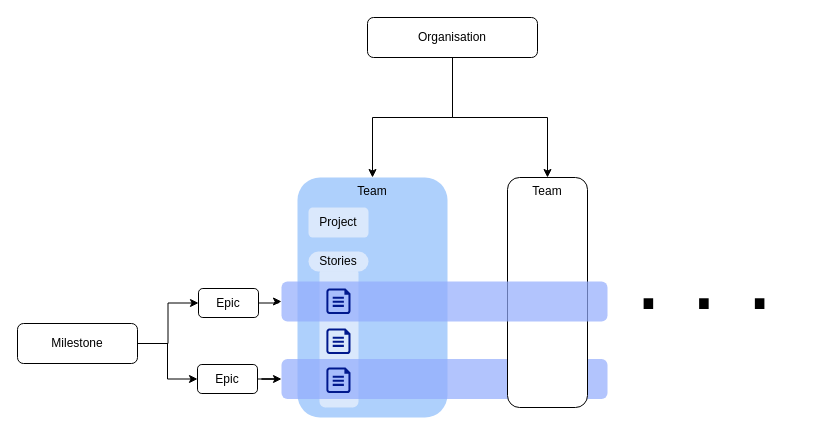
This is PM.drawio from wunyu/drawio, a draw.io file, before an edit. Source tidied: cells renumbered, new cells numbered last; positions are measured from the earlier drawing's top-left corner, leaving out a move shared by most shapes. Both pictures are drawn from the tidied source at 100%, with x=0, y=0 at pixel (17, 17).
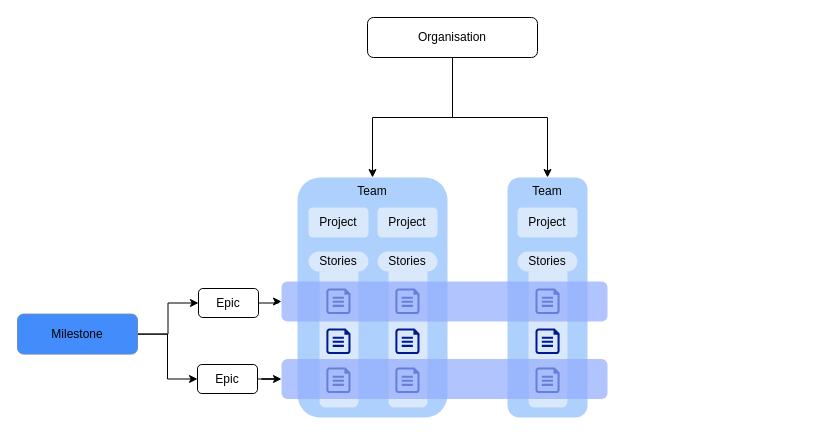
Above is the later version.

The edit, as a diff of the source:
```diff
@@
+    <mxCell id="5" value="Team" style="rounded=1;whiteSpace=wrap;html=1;verticalAlign=top;fillColor=#AED0FC;strokeColor=none;" parent="1" vertex="1">
+      <mxGeometry x="490" y="160" width="80" height="240" as="geometry" />
+    </mxCell>
@@
-    <mxCell id="4" style="rounded=1;whiteSpace=wrap;html=1;textOpacity=10;fillColor=#92ABFC;strokeColor=none;fontColor=none;noLabel=1;opacity=70;" parent="1" vertex="1">
-      <mxGeometry x="264" y="341.5" width="326" height="40" as="geometry" />
-    </mxCell>
-    <mxCell id="5" value="Team" style="rounded=1;whiteSpace=wrap;html=1;verticalAlign=top;" parent="1" vertex="1">
-      <mxGeometry x="490" y="160" width="80" height="230" as="geometry" />
-    </mxCell>
@@
-    <mxCell id="7" style="rounded=1;whiteSpace=wrap;html=1;textOpacity=10;fillColor=#92ABFC;strokeColor=none;fontColor=none;noLabel=1;opacity=70;" parent="1" vertex="1">
-      <mxGeometry x="264" y="264" width="326" height="40" as="geometry" />
-    </mxCell>
@@
-    <mxCell id="10" value="Milestone" style="rounded=1;whiteSpace=wrap;html=1;" parent="1" vertex="1">
-      <mxGeometry y="306" width="120" height="40" as="geometry" />
+    <mxCell id="10" value="Milestone" style="rounded=1;whiteSpace=wrap;html=1;fillColor=#428CFC;strokeColor=#6c8ebf;" parent="1" vertex="1">
+      <mxGeometry y="296.6" width="120" height="40" as="geometry" />
     </mxCell>
@@
-    <mxCell id="16" value=". . ." style="text;html=1;strokeColor=none;fillColor=none;align=center;verticalAlign=middle;whiteSpace=wrap;rounded=0;fontSize=100;" parent="1" vertex="1">
-      <mxGeometry x="587" y="241" width="200" height="30" as="geometry" />
-    </mxCell>
@@
+    <mxCell id="23" style="rounded=1;whiteSpace=wrap;html=1;fillColor=#dae8fc;strokeColor=none;" parent="1" vertex="1">
+      <mxGeometry x="371" y="250" width="39" height="140" as="geometry" />
+    </mxCell>
+    <mxCell id="24" value="Stories" style="rounded=1;whiteSpace=wrap;html=1;arcSize=50;strokeColor=none;fillColor=#dae8fc;" parent="1" vertex="1">
+      <mxGeometry x="360" y="234" width="60" height="20" as="geometry" />
+    </mxCell>
+    <mxCell id="25" value="Project" style="rounded=1;whiteSpace=wrap;html=1;fillColor=#dae8fc;strokeColor=none;" parent="1" vertex="1">
+      <mxGeometry x="360" y="190" width="60" height="30" as="geometry" />
+    </mxCell>
+    <mxCell id="26" style="sketch=0;shadow=0;dashed=0;html=1;strokeColor=none;labelPosition=center;verticalLabelPosition=bottom;verticalAlign=top;align=center;fillColor=#00188D;shape=mxgraph.azure.file;" parent="1" vertex="1">
+      <mxGeometry x="377.9" y="271" width="24.1" height="25.6" as="geometry" />
+    </mxCell>
+    <mxCell id="27" style="sketch=0;shadow=0;dashed=0;html=1;strokeColor=none;labelPosition=center;verticalLabelPosition=bottom;verticalAlign=top;align=center;fillColor=#00188D;shape=mxgraph.azure.file;" parent="1" vertex="1">
+      <mxGeometry x="377.9" y="311" width="24.1" height="25.6" as="geometry" />
+    </mxCell>
+    <mxCell id="28" style="sketch=0;shadow=0;dashed=0;html=1;strokeColor=none;labelPosition=center;verticalLabelPosition=bottom;verticalAlign=top;align=center;fillColor=#00188D;shape=mxgraph.azure.file;" parent="1" vertex="1">
+      <mxGeometry x="377.9" y="350" width="24.1" height="25.6" as="geometry" />
+    </mxCell>
+    <mxCell id="29" style="rounded=1;whiteSpace=wrap;html=1;fillColor=#dae8fc;strokeColor=none;" parent="1" vertex="1">
+      <mxGeometry x="511" y="250" width="39" height="140" as="geometry" />
+    </mxCell>
+    <mxCell id="30" value="Stories" style="rounded=1;whiteSpace=wrap;html=1;arcSize=50;strokeColor=none;fillColor=#dae8fc;" parent="1" vertex="1">
+      <mxGeometry x="500" y="234" width="60" height="20" as="geometry" />
+    </mxCell>
+    <mxCell id="31" value="Project" style="rounded=1;whiteSpace=wrap;html=1;fillColor=#dae8fc;strokeColor=none;" parent="1" vertex="1">
+      <mxGeometry x="500" y="190" width="60" height="30" as="geometry" />
+    </mxCell>
+    <mxCell id="32" style="sketch=0;shadow=0;dashed=0;html=1;strokeColor=none;labelPosition=center;verticalLabelPosition=bottom;verticalAlign=top;align=center;fillColor=#00188D;shape=mxgraph.azure.file;" parent="1" vertex="1">
+      <mxGeometry x="518" y="271" width="24.1" height="25.6" as="geometry" />
+    </mxCell>
+    <mxCell id="33" style="sketch=0;shadow=0;dashed=0;html=1;strokeColor=none;labelPosition=center;verticalLabelPosition=bottom;verticalAlign=top;align=center;fillColor=#00188D;shape=mxgraph.azure.file;" parent="1" vertex="1">
+      <mxGeometry x="518" y="311" width="24.1" height="25.6" as="geometry" />
+    </mxCell>
+    <mxCell id="34" style="sketch=0;shadow=0;dashed=0;html=1;strokeColor=none;labelPosition=center;verticalLabelPosition=bottom;verticalAlign=top;align=center;fillColor=#00188D;shape=mxgraph.azure.file;" parent="1" vertex="1">
+      <mxGeometry x="518" y="350" width="24.1" height="25.6" as="geometry" />
+    </mxCell>
+    <mxCell id="4" style="rounded=1;whiteSpace=wrap;html=1;textOpacity=10;fillColor=#92ABFC;strokeColor=none;fontColor=none;noLabel=1;opacity=70;" parent="1" vertex="1">
+      <mxGeometry x="264" y="341.5" width="326" height="40" as="geometry" />
+    </mxCell>
+    <mxCell id="7" style="rounded=1;whiteSpace=wrap;html=1;textOpacity=10;fillColor=#92ABFC;strokeColor=none;fontColor=none;noLabel=1;opacity=70;" parent="1" vertex="1">
+      <mxGeometry x="264" y="264" width="326" height="40" as="geometry" />
+    </mxCell>
```
